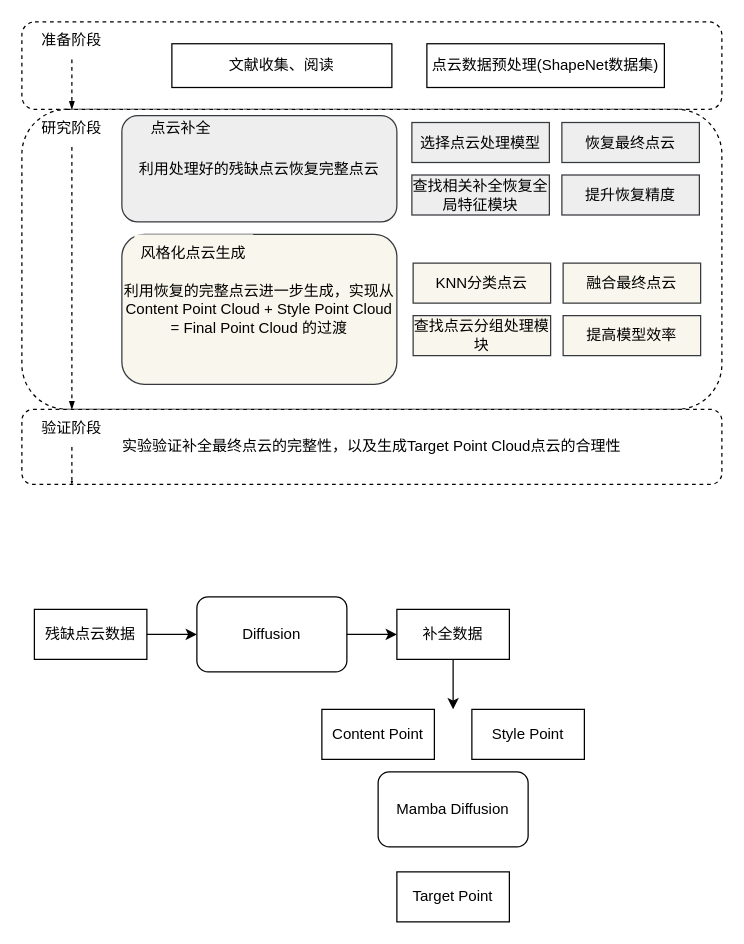
The draw.io diagram bishe.drawio in susu-attempt/pointrans, before the edit. Source tidied: cells renumbered, new cells numbered last; positions are measured from the earlier drawing's top-left corner, leaving out a move shared by most shapes. Both pictures are drawn from the tidied source at 125%, with x=0, y=0 at pixel (21, 21).
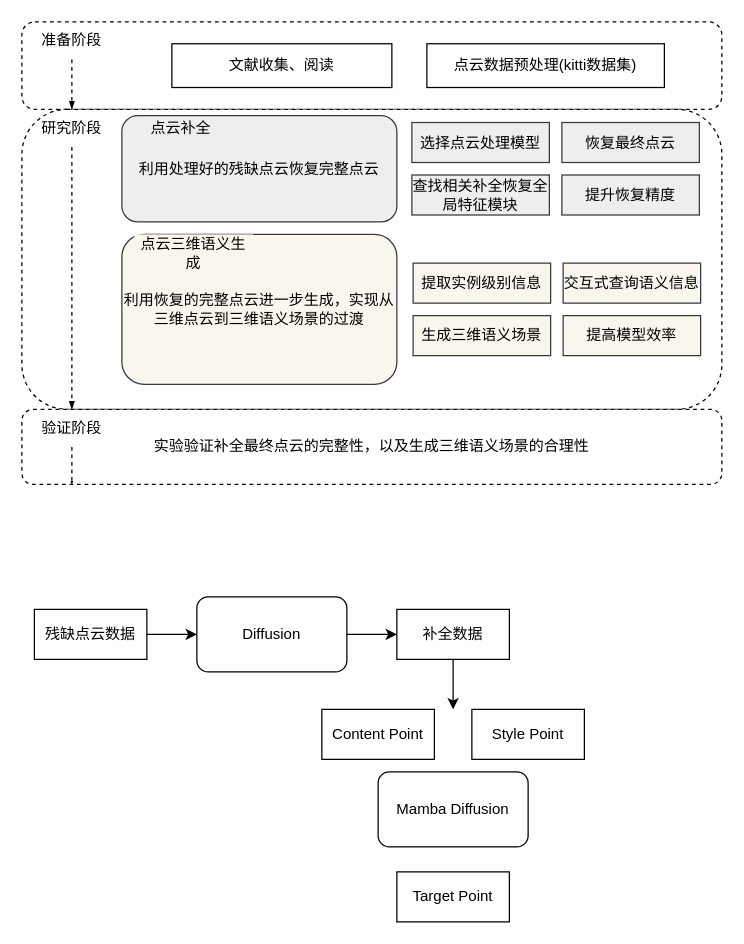
Above is the later version.

Diff of the diagram source:
```diff
@@
-    <mxCell id="4" value="实验验证补全最终点云的完整性，以及生成Target Point Cloud点云的合理性" style="rounded=1;whiteSpace=wrap;html=1;dashed=1;" parent="1" vertex="1">
+    <mxCell id="4" value="实验验证补全最终点云的完整性，以及生成三维语义场景的合理性" style="rounded=1;whiteSpace=wrap;html=1;dashed=1;" parent="1" vertex="1">
       <mxGeometry y="310" width="560" height="60" as="geometry" />
     </mxCell>
@@
-    <mxCell id="11" value="点云数据预处理(ShapeNet数据集)" style="rounded=0;whiteSpace=wrap;html=1;" parent="1" vertex="1">
+    <mxCell id="11" value="点云数据预处理(kitti数据集)" style="rounded=0;whiteSpace=wrap;html=1;" parent="1" vertex="1">
       <mxGeometry x="324" y="17.5" width="190" height="35" as="geometry" />
     </mxCell>
@@
-    <mxCell id="14" value="利用恢复的完整点云进一步生成，实现从Content Point Cloud + Style Point Cloud = Final Point Cloud 的过渡" style="rounded=1;whiteSpace=wrap;html=1;fillColor=#f9f7ed;strokeColor=#36393d;" parent="1" vertex="1">
+    <mxCell id="14" value="利用恢复的完整点云进一步生成，实现从三维点云到三维语义场景的过渡" style="rounded=1;whiteSpace=wrap;html=1;fillColor=#f9f7ed;strokeColor=#36393d;" parent="1" vertex="1">
       <mxGeometry x="80" y="170" width="220" height="120" as="geometry" />
     </mxCell>
-    <mxCell id="15" value="风格化点云生成" style="text;html=1;align=center;verticalAlign=middle;whiteSpace=wrap;rounded=0;fillColor=#f9f7ed;strokeColor=none;" parent="1" vertex="1">
+    <mxCell id="15" value="点云三维语义生成" style="text;html=1;align=center;verticalAlign=middle;whiteSpace=wrap;rounded=0;fillColor=#f9f7ed;strokeColor=none;" parent="1" vertex="1">
       <mxGeometry x="90" y="170" width="95" height="30" as="geometry" />
     </mxCell>
@@
-    <mxCell id="20" value="KNN分类点云" style="rounded=0;whiteSpace=wrap;html=1;fillColor=#f9f7ed;strokeColor=#36393d;" parent="1" vertex="1">
+    <mxCell id="20" value="提取实例级别信息" style="rounded=0;whiteSpace=wrap;html=1;fillColor=#f9f7ed;strokeColor=#36393d;" parent="1" vertex="1">
       <mxGeometry x="313" y="193" width="110" height="32" as="geometry" />
     </mxCell>
-    <mxCell id="21" value="查找点云分组处理模块" style="rounded=0;whiteSpace=wrap;html=1;fillColor=#f9f7ed;strokeColor=#36393d;" parent="1" vertex="1">
+    <mxCell id="21" value="生成三维语义场景" style="rounded=0;whiteSpace=wrap;html=1;fillColor=#f9f7ed;strokeColor=#36393d;" parent="1" vertex="1">
       <mxGeometry x="313" y="235" width="110" height="32" as="geometry" />
     </mxCell>
-    <mxCell id="22" value="融合最终点云" style="rounded=0;whiteSpace=wrap;html=1;fillColor=#f9f7ed;strokeColor=#36393d;" parent="1" vertex="1">
+    <mxCell id="22" value="交互式查询语义信息" style="rounded=0;whiteSpace=wrap;html=1;fillColor=#f9f7ed;strokeColor=#36393d;" parent="1" vertex="1">
       <mxGeometry x="433" y="193" width="110" height="32" as="geometry" />
     </mxCell>
```
